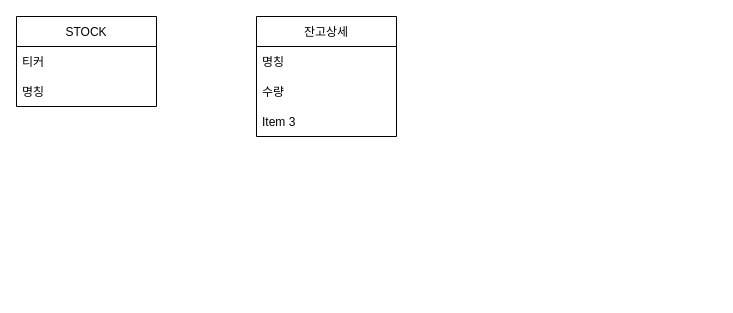
kangbokki/stock keeps this draw.io diagram as sketch.drawio. Above is the earlier version. Source tidied: cells renumbered, new cells numbered last; positions are measured from the earlier drawing's top-left corner, leaving out a move shared by most shapes. Both pictures are drawn from the tidied source at 100%, with x=0, y=0 at pixel (16, 16).
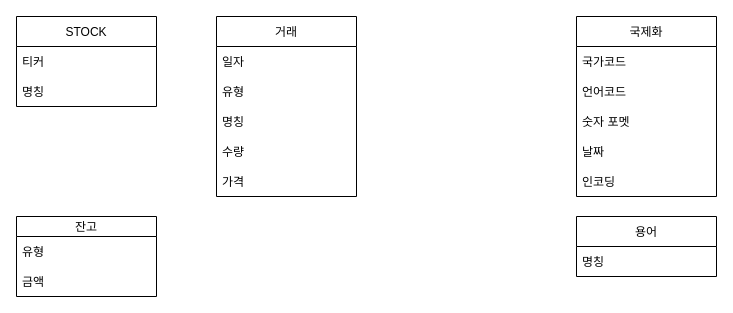
The same page after the edit.

Commit message:
기본 스케치

Change to the diagram source:
```diff
@@
-    <mxCell id="5" value="잔고상세" style="swimlane;fontStyle=0;horizontal=1;startSize=30;" parent="1" vertex="1">
-      <mxGeometry x="240" width="140" height="120" as="geometry" />
-    </mxCell>
+    <mxCell id="9" value="거래" style="swimlane;fontStyle=0;horizontal=1;startSize=30;" parent="1" vertex="1">
+      <mxGeometry x="200" width="140" height="180" as="geometry" />
+    </mxCell>
+    <mxCell id="10" value="일자" style="text;strokeColor=none;fillColor=none;align=left;verticalAlign=middle;spacingLeft=4;spacingRight=4;overflow=hidden;" parent="9" vertex="1">
+      <mxGeometry y="30" width="140" height="30" as="geometry" />
+    </mxCell>
+    <mxCell id="11" value="유형" style="text;strokeColor=none;fillColor=none;align=left;verticalAlign=middle;spacingLeft=4;spacingRight=4;overflow=hidden;" parent="9" vertex="1">
+      <mxGeometry y="60" width="140" height="30" as="geometry" />
+    </mxCell>
+    <mxCell id="12" value="명칭" style="text;strokeColor=none;fillColor=none;align=left;verticalAlign=middle;spacingLeft=4;spacingRight=4;overflow=hidden;" parent="9" vertex="1">
+      <mxGeometry y="90" width="140" height="30" as="geometry" />
+    </mxCell>
+    <mxCell id="7" value="수량" style="text;strokeColor=none;fillColor=none;align=left;verticalAlign=middle;spacingLeft=4;spacingRight=4;overflow=hidden;" parent="9" vertex="1">
+      <mxGeometry y="120" width="140" height="30" as="geometry" />
+    </mxCell>
+    <mxCell id="13" value="가격" style="text;strokeColor=none;fillColor=none;align=left;verticalAlign=middle;spacingLeft=4;spacingRight=4;overflow=hidden;" parent="9" vertex="1">
+      <mxGeometry y="150" width="140" height="30" as="geometry" />
+    </mxCell>
+    <mxCell id="14" value="잔고" style="swimlane;fontStyle=0;horizontal=1;startSize=20;" parent="1" vertex="1">
+      <mxGeometry y="200" width="140" height="80" as="geometry" />
+    </mxCell>
+    <mxCell id="15" value="유형" style="text;strokeColor=none;fillColor=none;align=left;verticalAlign=middle;spacingLeft=4;spacingRight=4;overflow=hidden;" parent="14" vertex="1">
+      <mxGeometry y="20" width="140" height="30" as="geometry" />
+    </mxCell>
+    <mxCell id="16" value="금액" style="text;strokeColor=none;fillColor=none;align=left;verticalAlign=middle;spacingLeft=4;spacingRight=4;overflow=hidden;" parent="14" vertex="1">
+      <mxGeometry y="50" width="140" height="30" as="geometry" />
+    </mxCell>
+    <mxCell id="17" value="용어" style="swimlane;fontStyle=0;horizontal=1;startSize=30;" parent="1" vertex="1">
+      <mxGeometry x="560" y="200" width="140" height="60" as="geometry" />
+    </mxCell>
-    <mxCell id="6" value="명칭" style="text;strokeColor=none;fillColor=none;align=left;verticalAlign=middle;spacingLeft=4;spacingRight=4;overflow=hidden;" parent="5" vertex="1">
+    <mxCell id="6" value="명칭" style="text;strokeColor=none;fillColor=none;align=left;verticalAlign=middle;spacingLeft=4;spacingRight=4;overflow=hidden;" parent="17" vertex="1">
       <mxGeometry y="30" width="140" height="30" as="geometry" />
     </mxCell>
-    <mxCell id="7" value="수량" style="text;strokeColor=none;fillColor=none;align=left;verticalAlign=middle;spacingLeft=4;spacingRight=4;overflow=hidden;" parent="5" vertex="1">
-      <mxGeometry y="60" width="140" height="30" as="geometry" />
-    </mxCell>
-    <mxCell id="8" value="Item 3" style="text;strokeColor=none;fillColor=none;align=left;verticalAlign=middle;spacingLeft=4;spacingRight=4;overflow=hidden;" parent="5" vertex="1">
-      <mxGeometry y="90" width="140" height="30" as="geometry" />
-    </mxCell>
+    <mxCell id="18" value="국제화" style="swimlane;fontStyle=0;horizontal=1;startSize=30;" parent="1" vertex="1">
+      <mxGeometry x="560" width="140" height="180" as="geometry" />
+    </mxCell>
+    <mxCell id="19" value="국가코드" style="text;strokeColor=none;fillColor=none;align=left;verticalAlign=middle;spacingLeft=4;spacingRight=4;overflow=hidden;" parent="18" vertex="1">
+      <mxGeometry y="30" width="140" height="30" as="geometry" />
+    </mxCell>
+    <mxCell id="20" value="언어코드" style="text;strokeColor=none;fillColor=none;align=left;verticalAlign=middle;spacingLeft=4;spacingRight=4;overflow=hidden;" parent="18" vertex="1">
+      <mxGeometry y="60" width="140" height="30" as="geometry" />
+    </mxCell>
+    <mxCell id="21" value="숫자 포멧" style="text;strokeColor=none;fillColor=none;align=left;verticalAlign=middle;spacingLeft=4;spacingRight=4;overflow=hidden;" parent="18" vertex="1">
+      <mxGeometry y="90" width="140" height="30" as="geometry" />
+    </mxCell>
+    <mxCell id="22" value="날짜" style="text;strokeColor=none;fillColor=none;align=left;verticalAlign=middle;spacingLeft=4;spacingRight=4;overflow=hidden;" parent="18" vertex="1">
+      <mxGeometry y="120" width="140" height="30" as="geometry" />
+    </mxCell>
+    <mxCell id="23" value="인코딩" style="text;strokeColor=none;fillColor=none;align=left;verticalAlign=middle;spacingLeft=4;spacingRight=4;overflow=hidden;" parent="18" vertex="1">
+      <mxGeometry y="150" width="140" height="30" as="geometry" />
+    </mxCell>
```
